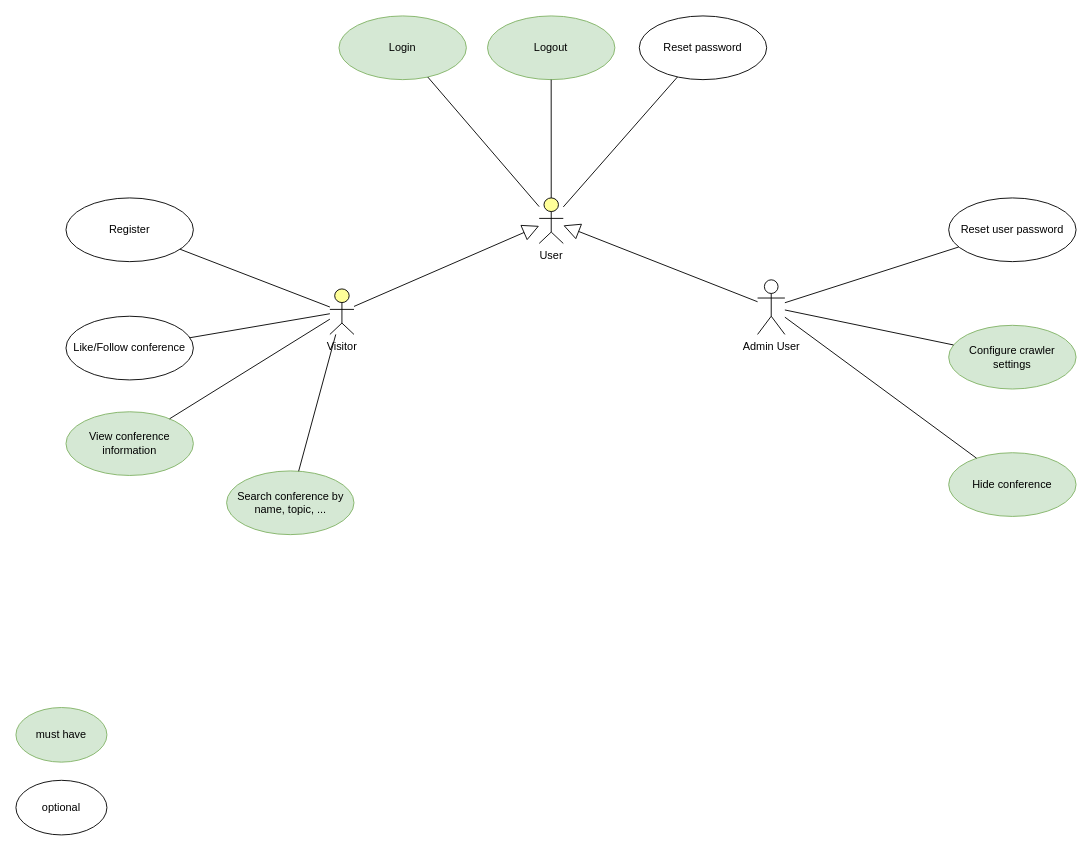
Earlier version of the draw.io diagram page "User use case" (1 of 2) of Diagram/Use Case.drawio (Technologie-Logicielle/spiderbot). Source tidied: cells renumbered, new cells numbered last; positions are measured from the earlier drawing's top-left corner, leaving out a move shared by most shapes. Both pictures are drawn from the tidied source at 91%, with x=0, y=0 at pixel (15, 15).
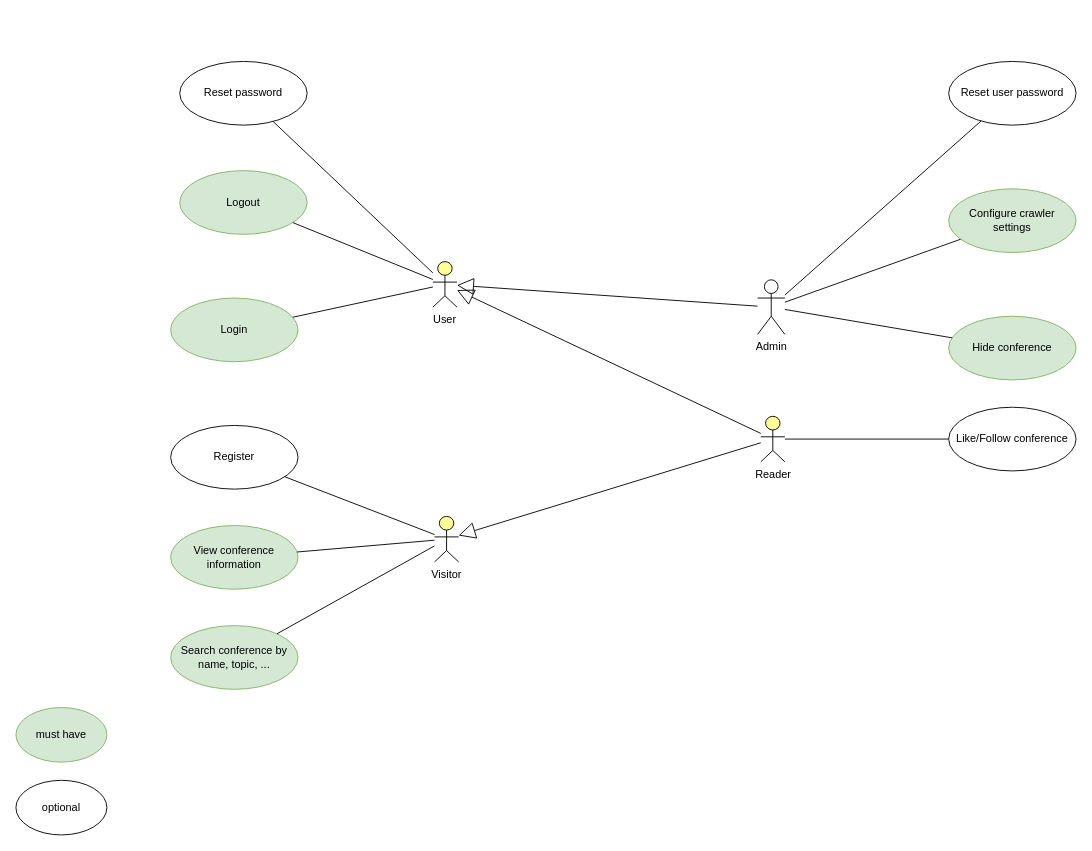
Above is the later version.

Commit message:
Update Use Case.drawio thay doi lop ke thua

Change to the diagram source:
```diff
@@
     <mxCell id="2" value="Visitor" style="html=1;outlineConnect=0;whiteSpace=wrap;fillColor=#ffff99;verticalLabelPosition=bottom;verticalAlign=top;align=center;shape=mxgraph.archimate3.actor;" parent="1" vertex="1">
-      <mxGeometry x="345" y="300" width="26.5" height="50" as="geometry" />
+      <mxGeometry x="460" y="550" width="26.5" height="50" as="geometry" />
     </mxCell>
     <mxCell id="3" value="Login" style="ellipse;whiteSpace=wrap;html=1;fillColor=#d5e8d4;strokeColor=#82b366;" parent="1" vertex="1">
-      <mxGeometry x="355" width="140" height="70" as="geometry" />
+      <mxGeometry x="170" y="310" width="140" height="70" as="geometry" />
     </mxCell>
     <mxCell id="4" value="Logout" style="ellipse;whiteSpace=wrap;html=1;fillColor=#d5e8d4;strokeColor=#82b366;" parent="1" vertex="1">
-      <mxGeometry x="518.2" width="140" height="70" as="geometry" />
+      <mxGeometry x="180" y="170" width="140" height="70" as="geometry" />
     </mxCell>
     <mxCell id="5" value="Register" style="ellipse;whiteSpace=wrap;html=1;" parent="1" vertex="1">
-      <mxGeometry x="55" y="200" width="140" height="70" as="geometry" />
+      <mxGeometry x="170" y="450" width="140" height="70" as="geometry" />
     </mxCell>
@@
     <mxCell id="9" value="Search conference by name, topic, ..." style="ellipse;whiteSpace=wrap;html=1;fillColor=#d5e8d4;strokeColor=#82b366;" parent="1" vertex="1">
-      <mxGeometry x="231.5" y="500" width="140" height="70" as="geometry" />
+      <mxGeometry x="170" y="670" width="140" height="70" as="geometry" />
     </mxCell>
@@
     <mxCell id="11" value="View conference information" style="ellipse;whiteSpace=wrap;html=1;fillColor=#d5e8d4;strokeColor=#82b366;" parent="1" vertex="1">
-      <mxGeometry x="55" y="435" width="140" height="70" as="geometry" />
+      <mxGeometry x="170" y="560" width="140" height="70" as="geometry" />
     </mxCell>
@@
     <mxCell id="13" value="Like/Follow conference" style="ellipse;whiteSpace=wrap;html=1;" parent="1" vertex="1">
-      <mxGeometry x="55" y="330" width="140" height="70" as="geometry" />
+      <mxGeometry x="1025" y="430" width="140" height="70" as="geometry" />
     </mxCell>
-    <mxCell id="14" style="edgeStyle=none;html=1;endArrow=none;verticalAlign=bottom;rounded=0;" parent="1" edge="1" source="2" target="13">
+    <mxCell id="14" style="edgeStyle=none;html=1;endArrow=none;verticalAlign=bottom;rounded=0;" parent="1" edge="1" source="30" target="13">
       <mxGeometry relative="1" as="geometry" />
     </mxCell>
     <mxCell id="15" value="Reset password" style="ellipse;whiteSpace=wrap;html=1;" parent="1" vertex="1">
-      <mxGeometry x="685" width="140" height="70" as="geometry" />
+      <mxGeometry x="180" y="50" width="140" height="70" as="geometry" />
     </mxCell>
@@
     <mxCell id="17" value="User" style="html=1;outlineConnect=0;whiteSpace=wrap;fillColor=#ffff99;verticalLabelPosition=bottom;verticalAlign=top;align=center;shape=mxgraph.archimate3.actor;" parent="1" vertex="1">
-      <mxGeometry x="575" y="200" width="26.5" height="50" as="geometry" />
+      <mxGeometry x="458.2" y="270" width="26.5" height="50" as="geometry" />
     </mxCell>
-    <mxCell id="18" style="endArrow=block;endSize=16;endFill=0;html=1;rounded=0;" parent="1" edge="1" source="2" target="17">
-      <mxGeometry relative="1" as="geometry" />
-    </mxCell>
-    <mxCell id="19" value="Admin User" style="shape=umlActor;html=1;verticalLabelPosition=bottom;verticalAlign=top;align=center;" parent="1" vertex="1">
+    <mxCell id="19" value="Admin" style="shape=umlActor;html=1;verticalLabelPosition=bottom;verticalAlign=top;align=center;" parent="1" vertex="1">
       <mxGeometry x="815" y="290" width="30" height="60" as="geometry" />
     </mxCell>
@@
     <mxCell id="21" value="Reset user password" style="ellipse;whiteSpace=wrap;html=1;" parent="1" vertex="1">
-      <mxGeometry x="1025" y="200" width="140" height="70" as="geometry" />
+      <mxGeometry x="1025" y="50" width="140" height="70" as="geometry" />
     </mxCell>
     <mxCell id="22" value="Configure crawler settings" style="ellipse;whiteSpace=wrap;html=1;fillColor=#d5e8d4;strokeColor=#82b366;" parent="1" vertex="1">
-      <mxGeometry x="1025" y="340" width="140" height="70" as="geometry" />
+      <mxGeometry x="1025" y="190" width="140" height="70" as="geometry" />
     </mxCell>
@@
     <mxCell id="25" value="Hide conference" style="ellipse;whiteSpace=wrap;html=1;fillColor=#d5e8d4;strokeColor=#82b366;" parent="1" vertex="1">
-      <mxGeometry x="1025" y="480" width="140" height="70" as="geometry" />
+      <mxGeometry x="1025" y="330" width="140" height="70" as="geometry" />
     </mxCell>
@@
+    <mxCell id="29" style="endArrow=block;endSize=16;endFill=0;html=1;rounded=0;" parent="1" edge="1" source="30" target="2">
+      <mxGeometry relative="1" as="geometry" />
+    </mxCell>
+    <mxCell id="30" value="Reader" style="html=1;outlineConnect=0;whiteSpace=wrap;fillColor=#ffff99;verticalLabelPosition=bottom;verticalAlign=top;align=center;shape=mxgraph.archimate3.actor;" parent="1" vertex="1">
+      <mxGeometry x="818.5" y="440" width="26.5" height="50" as="geometry" />
+    </mxCell>
+    <mxCell id="31" style="endArrow=block;endSize=16;endFill=0;html=1;rounded=0;" parent="1" edge="1" source="30" target="17">
+      <mxGeometry relative="1" as="geometry" />
+    </mxCell>
```
